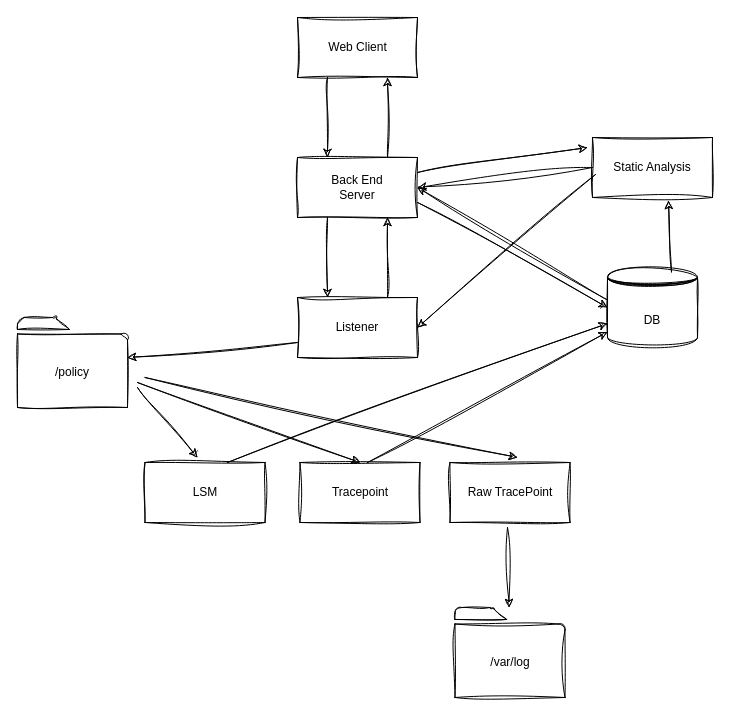
Before: page "페이지-2" (2 of 2) of yamong/yamong.drawio in bob-yamong/drawio, a draw.io diagram. Source tidied: cells renumbered, new cells numbered last; positions are measured from the earlier drawing's top-left corner, leaving out a move shared by most shapes. Both pictures are drawn from the tidied source at 100%, with x=0, y=0 at pixel (17, 17).
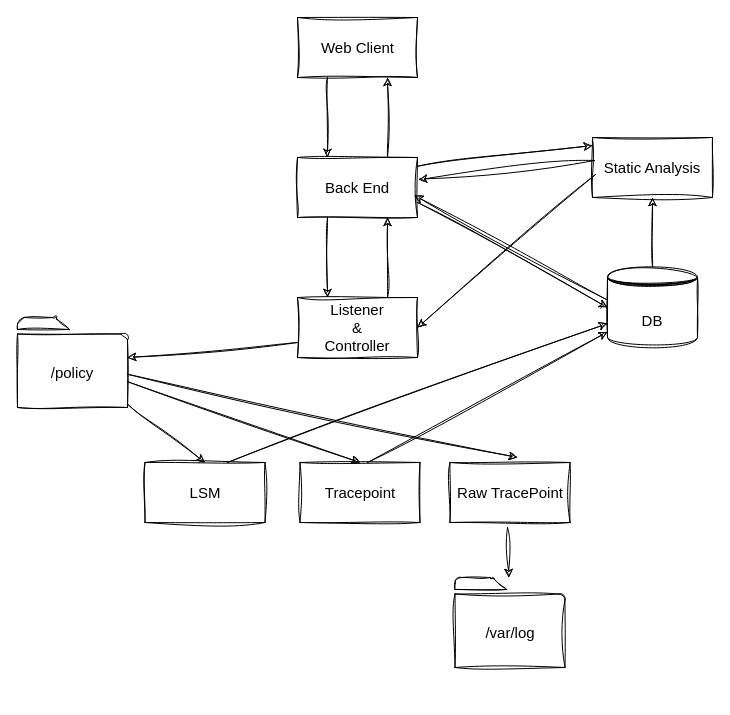
The same diagram, later.

What changed in the source:
```diff
@@
-    <mxCell id="2" style="group;sketch=1;curveFitting=1;jiggle=2;" parent="1" vertex="1">
+    <mxCell id="2" style="group;sketch=1;curveFitting=1;jiggle=2;fontSize=15;" parent="1" vertex="1">
       <mxGeometry x="280" width="120" height="60" as="geometry" />
     </mxCell>
-    <mxCell id="3" style="rounded=0;whiteSpace=wrap;html=1;sketch=1;curveFitting=1;jiggle=2;" parent="2" vertex="1">
+    <mxCell id="3" style="rounded=0;whiteSpace=wrap;html=1;sketch=1;curveFitting=1;jiggle=2;fontSize=15;" parent="2" vertex="1">
       <mxGeometry width="120" height="60" as="geometry" />
     </mxCell>
-    <mxCell id="4" value="Web Client" style="text;html=1;align=center;verticalAlign=middle;strokeColor=none;fillColor=none;sketch=1;curveFitting=1;jiggle=2;" parent="2" vertex="1">
-      <mxGeometry x="20" y="15" width="80" height="30" as="geometry" />
+    <mxCell id="4" value="Web Client" style="text;html=1;align=center;verticalAlign=middle;strokeColor=none;fillColor=none;sketch=1;curveFitting=1;jiggle=2;fontSize=15;" parent="2" vertex="1">
+      <mxGeometry x="10" y="15" width="100" height="30" as="geometry" />
     </mxCell>
-    <mxCell id="5" value="Back End &lt;br&gt;Server" style="whiteSpace=wrap;html=1;sketch=1;curveFitting=1;jiggle=2;" parent="1" vertex="1">
+    <mxCell id="5" value="Back End" style="whiteSpace=wrap;html=1;sketch=1;curveFitting=1;jiggle=2;fontSize=15;" parent="1" vertex="1">
       <mxGeometry x="280" y="140" width="120" height="60" as="geometry" />
     </mxCell>
-    <mxCell id="6" value="Listener" style="whiteSpace=wrap;html=1;sketch=1;curveFitting=1;jiggle=2;" parent="1" vertex="1">
+    <mxCell id="6" value="Listener&lt;br&gt;&amp;amp;&lt;br&gt;Controller" style="whiteSpace=wrap;html=1;sketch=1;curveFitting=1;jiggle=2;fontSize=15;" parent="1" vertex="1">
       <mxGeometry x="280" y="280" width="120" height="60" as="geometry" />
     </mxCell>
-    <mxCell id="7" value="DB" style="shape=datastore;whiteSpace=wrap;html=1;sketch=1;curveFitting=1;jiggle=2;" parent="1" vertex="1">
+    <mxCell id="7" value="DB" style="shape=datastore;whiteSpace=wrap;html=1;sketch=1;curveFitting=1;jiggle=2;fontSize=15;" parent="1" vertex="1">
       <mxGeometry x="590" y="250" width="90" height="80" as="geometry" />
     </mxCell>
-    <mxCell id="8" style="sketch=1;shadow=0;dashed=0;html=1;labelPosition=center;verticalLabelPosition=bottom;verticalAlign=top;outlineConnect=0;align=center;shape=mxgraph.office.concepts.folder;flipH=1;curveFitting=1;jiggle=2;" parent="1" vertex="1">
-      <mxGeometry y="300" width="110" height="90" as="geometry" />
-    </mxCell>
-    <mxCell id="9" value="LSM" style="whiteSpace=wrap;html=1;sketch=1;curveFitting=1;jiggle=2;" parent="1" vertex="1">
+    <mxCell id="9" value="LSM" style="whiteSpace=wrap;html=1;sketch=1;curveFitting=1;jiggle=2;fontSize=15;" parent="1" vertex="1">
       <mxGeometry x="127.5" y="445" width="120" height="60" as="geometry" />
     </mxCell>
-    <mxCell id="10" value="Tracepoint" style="whiteSpace=wrap;html=1;sketch=1;curveFitting=1;jiggle=2;" parent="1" vertex="1">
+    <mxCell id="10" value="Tracepoint" style="whiteSpace=wrap;html=1;sketch=1;curveFitting=1;jiggle=2;fontSize=15;" parent="1" vertex="1">
       <mxGeometry x="282.5" y="445" width="120" height="60" as="geometry" />
     </mxCell>
-    <mxCell id="11" value="Raw TracePoint" style="whiteSpace=wrap;html=1;sketch=1;curveFitting=1;jiggle=2;" parent="1" vertex="1">
+    <mxCell id="11" value="Raw TracePoint" style="whiteSpace=wrap;html=1;sketch=1;curveFitting=1;jiggle=2;fontSize=15;" parent="1" vertex="1">
       <mxGeometry x="432.5" y="445" width="120" height="60" as="geometry" />
     </mxCell>
-    <mxCell id="12" value="Static Analysis" style="whiteSpace=wrap;html=1;sketch=1;curveFitting=1;jiggle=2;" parent="1" vertex="1">
+    <mxCell id="12" value="Static Analysis" style="whiteSpace=wrap;html=1;sketch=1;curveFitting=1;jiggle=2;fontSize=15;" parent="1" vertex="1">
       <mxGeometry x="575" y="120" width="120" height="60" as="geometry" />
     </mxCell>
-    <mxCell id="13" style="endArrow=classic;html=1;rounded=0;exitX=0.75;exitY=0;exitDx=0;exitDy=0;entryX=0.75;entryY=1;entryDx=0;entryDy=0;sketch=1;curveFitting=1;jiggle=2;" parent="1" edge="1" source="6" target="5">
+    <mxCell id="13" style="endArrow=classic;html=1;rounded=0;exitX=0.75;exitY=0;exitDx=0;exitDy=0;entryX=0.75;entryY=1;entryDx=0;entryDy=0;sketch=1;curveFitting=1;jiggle=2;fontSize=15;" parent="1" edge="1" source="6" target="5">
       <mxGeometry relative="1" as="geometry" />
     </mxCell>
-    <mxCell id="14" style="endArrow=classic;html=1;rounded=0;exitX=1;exitY=0.75;exitDx=0;exitDy=0;entryX=0;entryY=0.5;entryDx=0;entryDy=0;sketch=1;curveFitting=1;jiggle=2;" parent="1" edge="1" source="5" target="7">
+    <mxCell id="14" style="endArrow=classic;html=1;rounded=0;exitX=1;exitY=0.75;exitDx=0;exitDy=0;entryX=0;entryY=0.5;entryDx=0;entryDy=0;sketch=1;curveFitting=1;jiggle=2;fontSize=15;" parent="1" edge="1" source="5" target="7">
       <mxGeometry relative="1" as="geometry" />
     </mxCell>
-    <mxCell id="15" style="endArrow=classic;html=1;rounded=0;exitX=-0.011;exitY=0.4;exitDx=0;exitDy=0;exitPerimeter=0;sketch=1;curveFitting=1;jiggle=2;" parent="1" edge="1" source="7">
-      <mxGeometry relative="1" as="geometry">
-        <mxPoint x="400" y="170" as="targetPoint" />
-      </mxGeometry>
+    <mxCell id="15" style="endArrow=classic;html=1;rounded=0;exitX=-0.011;exitY=0.4;exitDx=0;exitDy=0;exitPerimeter=0;sketch=1;curveFitting=1;jiggle=2;fontSize=15;entryX=0.975;entryY=0.633;entryDx=0;entryDy=0;entryPerimeter=0;" parent="1" edge="1" source="7" target="5">
+      <mxGeometry relative="1" as="geometry" />
     </mxCell>
-    <mxCell id="16" style="sketch=1;shadow=0;dashed=0;html=1;labelPosition=center;verticalLabelPosition=bottom;verticalAlign=top;outlineConnect=0;align=center;shape=mxgraph.office.concepts.folder;flipH=1;curveFitting=1;jiggle=2;" parent="1" vertex="1">
-      <mxGeometry x="437.5" y="590" width="110" height="90" as="geometry" />
-    </mxCell>
-    <mxCell id="17" style="endArrow=classic;html=1;rounded=0;sketch=1;curveFitting=1;jiggle=2;" parent="1" edge="1" target="16">
+    <mxCell id="17" style="endArrow=classic;html=1;rounded=0;sketch=1;curveFitting=1;jiggle=2;fontSize=15;" parent="1" edge="1" target="16">
       <mxGeometry relative="1" as="geometry">
         <mxPoint x="490" y="510" as="sourcePoint" />
       </mxGeometry>
     </mxCell>
-    <mxCell id="18" style="endArrow=classic;html=1;rounded=0;exitX=0;exitY=0.75;exitDx=0;exitDy=0;sketch=1;curveFitting=1;jiggle=2;" parent="1" edge="1" source="6" target="8">
+    <mxCell id="18" style="endArrow=classic;html=1;rounded=0;exitX=0;exitY=0.75;exitDx=0;exitDy=0;sketch=1;curveFitting=1;jiggle=2;fontSize=15;" parent="1" edge="1" source="6" target="8">
       <mxGeometry relative="1" as="geometry" />
     </mxCell>
-    <mxCell id="19" style="endArrow=classic;html=1;rounded=0;sketch=1;curveFitting=1;jiggle=2;" parent="1" edge="1">
-      <mxGeometry relative="1" as="geometry">
-        <mxPoint x="120" y="370" as="sourcePoint" />
-        <mxPoint x="180" y="440" as="targetPoint" />
-      </mxGeometry>
+    <mxCell id="19" style="endArrow=classic;html=1;rounded=0;sketch=1;curveFitting=1;jiggle=2;fontSize=15;entryX=0.5;entryY=0;entryDx=0;entryDy=0;" parent="1" edge="1" source="8" target="9">
+      <mxGeometry relative="1" as="geometry" />
     </mxCell>
-    <mxCell id="20" style="endArrow=classic;html=1;rounded=0;exitX=1;exitY=0.25;exitDx=0;exitDy=0;sketch=1;curveFitting=1;jiggle=2;" parent="1" edge="1" source="5">
-      <mxGeometry relative="1" as="geometry">
-        <mxPoint x="570" y="130" as="targetPoint" />
-      </mxGeometry>
+    <mxCell id="20" style="endArrow=classic;html=1;rounded=0;exitX=0.992;exitY=0.15;exitDx=0;exitDy=0;sketch=1;curveFitting=1;jiggle=2;fontSize=15;exitPerimeter=0;entryX=0;entryY=0.133;entryDx=0;entryDy=0;entryPerimeter=0;" parent="1" edge="1" source="5" target="12">
+      <mxGeometry relative="1" as="geometry" />
     </mxCell>
-    <mxCell id="21" style="endArrow=classic;html=1;rounded=0;entryX=0.633;entryY=1.05;entryDx=0;entryDy=0;entryPerimeter=0;exitX=0.711;exitY=0.056;exitDx=0;exitDy=0;exitPerimeter=0;sketch=1;curveFitting=1;jiggle=2;" parent="1" edge="1" source="7" target="12">
+    <mxCell id="21" style="endArrow=classic;html=1;rounded=0;sketch=1;curveFitting=1;jiggle=2;fontSize=15;entryX=0.5;entryY=1;entryDx=0;entryDy=0;exitX=0.5;exitY=0;exitDx=0;exitDy=0;" parent="1" edge="1" source="7" target="12">
       <mxGeometry relative="1" as="geometry" />
     </mxCell>
-    <mxCell id="22" style="endArrow=classic;html=1;rounded=0;sketch=1;curveFitting=1;jiggle=2;" parent="1" edge="1" target="7">
+    <mxCell id="22" style="endArrow=classic;html=1;rounded=0;sketch=1;curveFitting=1;jiggle=2;fontSize=15;" parent="1" edge="1" target="7">
       <mxGeometry relative="1" as="geometry">
         <mxPoint x="350" y="445" as="sourcePoint" />
       </mxGeometry>
     </mxCell>
-    <mxCell id="23" style="endArrow=classic;html=1;rounded=0;entryX=0;entryY=0.7;entryDx=0;entryDy=0;sketch=1;curveFitting=1;jiggle=2;" parent="1" edge="1" target="7">
+    <mxCell id="23" style="endArrow=classic;html=1;rounded=0;entryX=0;entryY=0.7;entryDx=0;entryDy=0;sketch=1;curveFitting=1;jiggle=2;fontSize=15;" parent="1" edge="1" target="7">
       <mxGeometry relative="1" as="geometry">
         <mxPoint x="210" y="445" as="sourcePoint" />
       </mxGeometry>
     </mxCell>
-    <mxCell id="24" style="endArrow=classic;html=1;rounded=0;sketch=1;curveFitting=1;jiggle=2;" parent="1" edge="1">
+    <mxCell id="24" style="endArrow=classic;html=1;rounded=0;sketch=1;curveFitting=1;jiggle=2;fontSize=15;" parent="1" edge="1" source="8">
       <mxGeometry relative="1" as="geometry">
-        <mxPoint x="127.5" y="360" as="sourcePoint" />
         <mxPoint x="500" y="440" as="targetPoint" />
       </mxGeometry>
     </mxCell>
-    <mxCell id="25" style="endArrow=classic;html=1;rounded=0;entryX=0.5;entryY=0;entryDx=0;entryDy=0;sketch=1;curveFitting=1;jiggle=2;" parent="1" edge="1" target="10">
-      <mxGeometry relative="1" as="geometry">
-        <mxPoint x="120" y="365" as="sourcePoint" />
-      </mxGeometry>
+    <mxCell id="25" style="endArrow=classic;html=1;rounded=0;entryX=0.5;entryY=0;entryDx=0;entryDy=0;sketch=1;curveFitting=1;jiggle=2;fontSize=15;" parent="1" edge="1" source="8" target="10">
+      <mxGeometry relative="1" as="geometry" />
     </mxCell>
-    <mxCell id="26" style="endArrow=classic;html=1;rounded=0;exitX=0.025;exitY=0.617;exitDx=0;exitDy=0;exitPerimeter=0;entryX=1;entryY=0.5;entryDx=0;entryDy=0;sketch=1;curveFitting=1;jiggle=2;" parent="1" edge="1" source="12" target="6">
+    <mxCell id="26" style="endArrow=classic;html=1;rounded=0;exitX=0.025;exitY=0.617;exitDx=0;exitDy=0;exitPerimeter=0;entryX=1;entryY=0.5;entryDx=0;entryDy=0;sketch=1;curveFitting=1;jiggle=2;fontSize=15;" parent="1" edge="1" source="12" target="6">
       <mxGeometry relative="1" as="geometry" />
     </mxCell>
-    <mxCell id="27" style="endArrow=classic;html=1;rounded=0;exitX=0;exitY=0.5;exitDx=0;exitDy=0;entryX=1;entryY=0.5;entryDx=0;entryDy=0;sketch=1;curveFitting=1;jiggle=2;" parent="1" edge="1" source="12" target="5">
+    <mxCell id="27" style="endArrow=classic;html=1;rounded=0;entryX=1.008;entryY=0.367;entryDx=0;entryDy=0;sketch=1;curveFitting=1;jiggle=2;fontSize=15;entryPerimeter=0;exitX=0.017;exitY=0.383;exitDx=0;exitDy=0;exitPerimeter=0;" parent="1" edge="1" source="12" target="5">
       <mxGeometry relative="1" as="geometry" />
     </mxCell>
-    <mxCell id="28" style="endArrow=classic;html=1;rounded=0;exitX=0.25;exitY=1;exitDx=0;exitDy=0;entryX=0.25;entryY=0;entryDx=0;entryDy=0;sketch=1;curveFitting=1;jiggle=2;" parent="1" edge="1" source="5" target="6">
+    <mxCell id="28" style="endArrow=classic;html=1;rounded=0;exitX=0.25;exitY=1;exitDx=0;exitDy=0;entryX=0.25;entryY=0;entryDx=0;entryDy=0;sketch=1;curveFitting=1;jiggle=2;fontSize=15;" parent="1" edge="1" source="5" target="6">
       <mxGeometry relative="1" as="geometry" />
     </mxCell>
-    <mxCell id="29" style="endArrow=classic;html=1;rounded=0;exitX=0.75;exitY=0;exitDx=0;exitDy=0;entryX=0.75;entryY=1;entryDx=0;entryDy=0;sketch=1;curveFitting=1;jiggle=2;" parent="1" edge="1">
-      <mxGeometry relative="1" as="geometry">
-        <mxPoint x="370" y="140" as="sourcePoint" />
-        <mxPoint x="370" y="60" as="targetPoint" />
-      </mxGeometry>
+    <mxCell id="29" style="endArrow=classic;html=1;rounded=0;sketch=1;curveFitting=1;jiggle=2;fontSize=15;entryX=0.75;entryY=1;entryDx=0;entryDy=0;exitX=0.75;exitY=0;exitDx=0;exitDy=0;" parent="1" edge="1" source="5" target="3">
+      <mxGeometry relative="1" as="geometry" />
     </mxCell>
-    <mxCell id="30" style="endArrow=classic;html=1;rounded=0;exitX=0.25;exitY=1;exitDx=0;exitDy=0;entryX=0.25;entryY=0;entryDx=0;entryDy=0;sketch=1;curveFitting=1;jiggle=2;" parent="1" edge="1">
-      <mxGeometry relative="1" as="geometry">
-        <mxPoint x="310" y="60" as="sourcePoint" />
-        <mxPoint x="310" y="140" as="targetPoint" />
-      </mxGeometry>
+    <mxCell id="30" style="endArrow=classic;html=1;rounded=0;sketch=1;curveFitting=1;jiggle=2;fontSize=15;entryX=0.25;entryY=0;entryDx=0;entryDy=0;exitX=0.25;exitY=1;exitDx=0;exitDy=0;" parent="1" edge="1" source="3" target="5">
+      <mxGeometry relative="1" as="geometry" />
     </mxCell>
+    <mxCell id="33" style="group;fontSize=15;" parent="1" vertex="1">
+      <mxGeometry x="437.5" y="560" width="110" height="90" as="geometry" />
+    </mxCell>
+    <mxCell id="16" style="sketch=1;shadow=0;dashed=0;html=1;labelPosition=center;verticalLabelPosition=bottom;verticalAlign=top;outlineConnect=0;align=center;shape=mxgraph.office.concepts.folder;flipH=1;curveFitting=1;jiggle=2;fontSize=15;" parent="33" vertex="1">
+      <mxGeometry width="110" height="90" as="geometry" />
+    </mxCell>
+    <mxCell id="32" value="/var/log" style="text;html=1;align=center;verticalAlign=middle;whiteSpace=wrap;rounded=0;fontSize=15;" parent="33" vertex="1">
+      <mxGeometry x="25" y="40" width="60" height="30" as="geometry" />
+    </mxCell>
+    <mxCell id="34" style="group;fontSize=15;" parent="1" vertex="1">
+      <mxGeometry y="300" width="110" height="90" as="geometry" />
+    </mxCell>
+    <mxCell id="8" style="sketch=1;shadow=0;dashed=0;html=1;labelPosition=center;verticalLabelPosition=bottom;verticalAlign=top;outlineConnect=0;align=center;shape=mxgraph.office.concepts.folder;flipH=1;curveFitting=1;jiggle=2;fontSize=15;" parent="34" vertex="1">
+      <mxGeometry width="110" height="90" as="geometry" />
+    </mxCell>
-    <mxCell id="31" value="/policy" style="text;html=1;align=center;verticalAlign=middle;whiteSpace=wrap;rounded=0;" parent="1" vertex="1">
-      <mxGeometry x="25" y="340" width="60" height="30" as="geometry" />
+    <mxCell id="31" value="/policy" style="text;html=1;align=center;verticalAlign=middle;whiteSpace=wrap;rounded=0;fontSize=15;" parent="34" vertex="1">
+      <mxGeometry x="25" y="40" width="60" height="30" as="geometry" />
     </mxCell>
-    <mxCell id="32" value="/var/log" style="text;html=1;align=center;verticalAlign=middle;whiteSpace=wrap;rounded=0;" parent="1" vertex="1">
-      <mxGeometry x="462.5" y="630" width="60" height="30" as="geometry" />
-    </mxCell>
```
